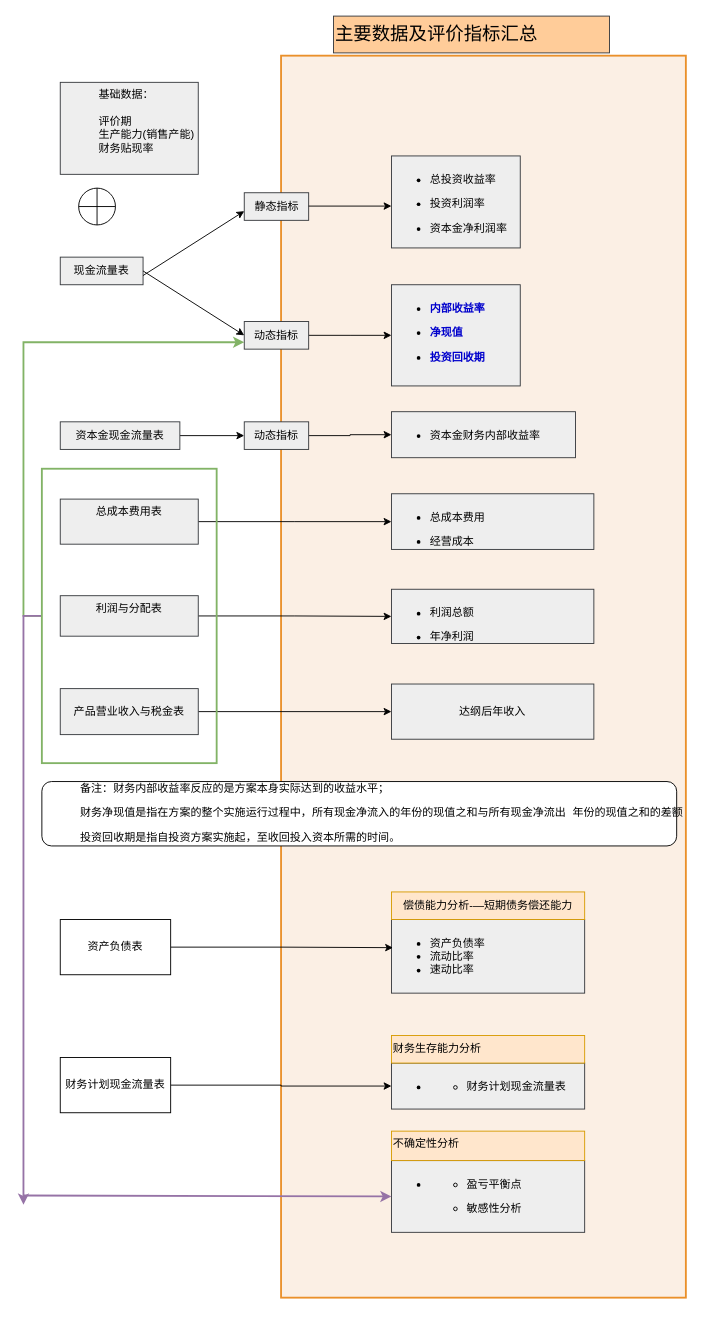
Before: page "Page-1" (1 of 4) of Untitled Diagram.drawio in Yatttin/attention-nmt, a draw.io diagram. Source tidied: cells renumbered, new cells numbered last; positions are measured from the earlier drawing's top-left corner, leaving out a move shared by most shapes. Both pictures are drawn from the tidied source at 92%, with x=0, y=0 at pixel (23, 16).
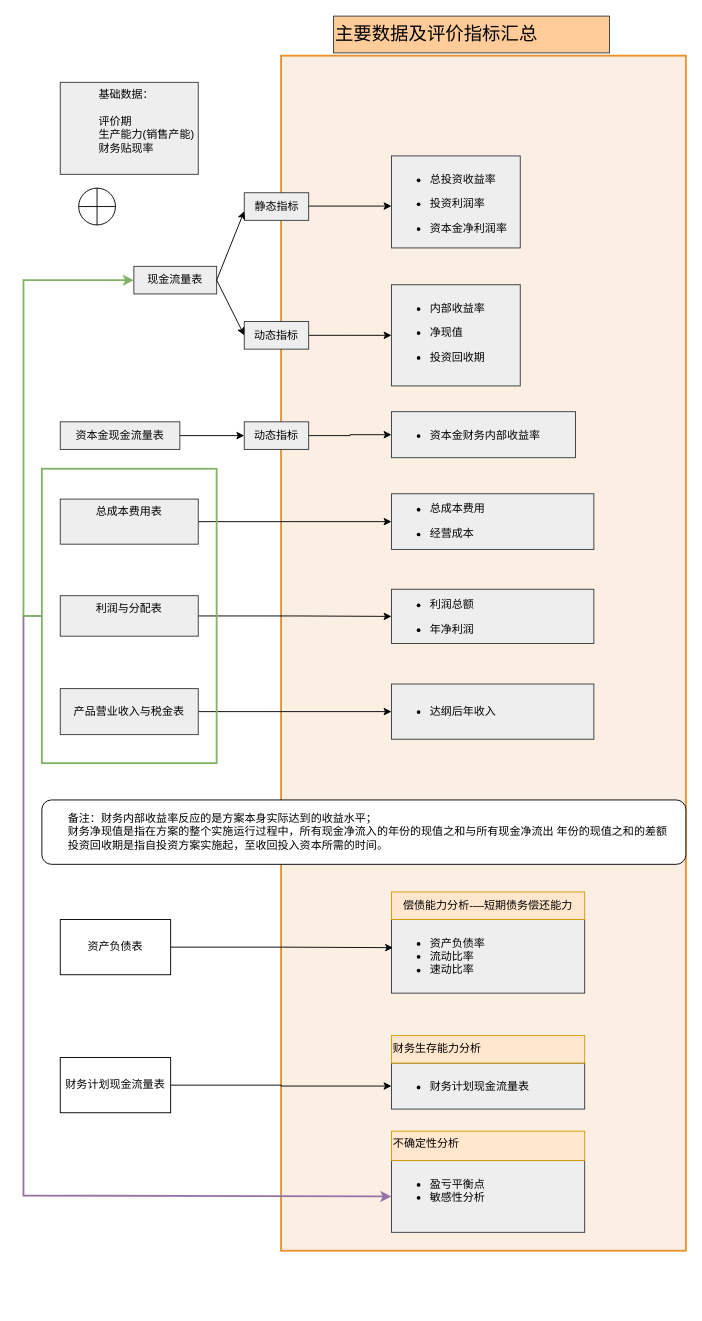
The same page after the edit.

Unchanged cells that the change refers to:
```xml
<mxCell id="8" value="静态指标" style="text;html=1;align=center;verticalAlign=middle;points=[];strokeColor=#36393d;fillColor=#eeeeee;" parent="1" vertex="1">
  <mxGeometry x="240" y="192" width="70" height="30" as="geometry" />
</mxCell>
<mxCell id="11" value="动态指标" style="whiteSpace=wrap;html=1;fillColor=#eeeeee;strokeColor=#36393d;" parent="1" vertex="1">
  <mxGeometry x="240" y="332" width="70" height="30" as="geometry" />
</mxCell>
<mxCell id="35" style="whiteSpace=wrap;html=1;fillColor=none;strokeColor=#82b366;strokeWidth=2;" parent="1" vertex="1">
  <mxGeometry x="20" y="492" width="190" height="320" as="geometry" />
</mxCell>
```

The edit, as a diff of the source:
```diff
@@
     <mxCell id="2" style="whiteSpace=wrap;html=1;fillColor=#fbefe4;strokeColor=#ea902a;strokeWidth=2;gradientColor=none;" parent="1" vertex="1">
-      <mxGeometry x="280" y="43" width="440" height="1350" as="geometry" />
+      <mxGeometry x="280" y="43" width="440" height="1299" as="geometry" />
     </mxCell>
@@
     <mxCell id="4" value="现金流量表" style="text;strokeColor=#36393d;align=center;fillColor=#eeeeee;html=1;verticalAlign=middle;whiteSpace=wrap;rounded=0;" parent="1" vertex="1">
-      <mxGeometry x="40" y="262" width="90" height="30" as="geometry" />
+      <mxGeometry x="120" y="272" width="90" height="30" as="geometry" />
     </mxCell>
@@
-    <mxCell id="9" value="&lt;ul style=&quot;border-color: var(--border-color); font-family: Helvetica; font-size: 12px; font-style: normal; font-variant-ligatures: normal; font-variant-caps: normal; letter-spacing: normal; orphans: 2; text-align: left; text-indent: 0px; text-transform: none; widows: 2; word-spacing: 0px; -webkit-text-stroke-width: 0px; text-decoration-thickness: initial; text-decoration-style: initial; text-decoration-color: initial;&quot;&gt;&lt;li style=&quot;border-color: var(--border-color);&quot;&gt;&lt;p style=&quot;border-color: var(--border-color);&quot;&gt;&lt;font color=&quot;#0000cc&quot;&gt;&lt;b&gt;内部收益率&lt;/b&gt;&lt;/font&gt;&lt;/p&gt;&lt;/li&gt;&lt;li style=&quot;border-color: var(--border-color);&quot;&gt;&lt;p style=&quot;border-color: var(--border-color);&quot;&gt;&lt;font color=&quot;#0000cc&quot;&gt;&lt;b&gt;净现值&lt;/b&gt;&lt;/font&gt;&lt;/p&gt;&lt;/li&gt;&lt;li style=&quot;border-color: var(--border-color);&quot;&gt;&lt;p style=&quot;border-color: var(--border-color);&quot;&gt;&lt;font color=&quot;#0000cc&quot;&gt;&lt;b&gt;投资回收期&lt;/b&gt;&lt;/font&gt;&lt;/p&gt;&lt;/li&gt;&lt;/ul&gt;" style="text;whiteSpace=wrap;html=1;fillColor=#eeeeee;strokeColor=#36393d;" parent="1" vertex="1">
+    <mxCell id="9" value="&lt;ul style=&quot;border-color: var(--border-color); font-family: Helvetica; font-size: 12px; font-style: normal; font-variant-ligatures: normal; font-variant-caps: normal; letter-spacing: normal; orphans: 2; text-align: left; text-indent: 0px; text-transform: none; widows: 2; word-spacing: 0px; -webkit-text-stroke-width: 0px; text-decoration-thickness: initial; text-decoration-style: initial; text-decoration-color: initial;&quot;&gt;&lt;li style=&quot;border-color: var(--border-color);&quot;&gt;&lt;p style=&quot;border-color: var(--border-color);&quot;&gt;内部收益率&lt;/p&gt;&lt;/li&gt;&lt;li style=&quot;border-color: var(--border-color);&quot;&gt;&lt;p style=&quot;border-color: var(--border-color);&quot;&gt;净现值&lt;/p&gt;&lt;/li&gt;&lt;li style=&quot;border-color: var(--border-color);&quot;&gt;&lt;p style=&quot;border-color: var(--border-color);&quot;&gt;投资回收期&lt;/p&gt;&lt;/li&gt;&lt;/ul&gt;" style="text;whiteSpace=wrap;html=1;fillColor=#eeeeee;strokeColor=#36393d;" parent="1" vertex="1">
       <mxGeometry x="400" y="292" width="140" height="110" as="geometry" />
     </mxCell>
@@
-    <mxCell id="13" style="endArrow=classic;html=1;rounded=0;entryX=0;entryY=0.667;entryDx=0;entryDy=0;entryPerimeter=0;" parent="1" edge="1" target="8">
-      <mxGeometry relative="1" as="geometry">
-        <mxPoint x="130" y="282" as="sourcePoint" />
-      </mxGeometry>
+    <mxCell id="13" style="endArrow=classic;html=1;rounded=0;entryX=0;entryY=0.667;entryDx=0;entryDy=0;entryPerimeter=0;exitX=1;exitY=0.5;exitDx=0;exitDy=0;" parent="1" edge="1" source="4" target="8">
+      <mxGeometry relative="1" as="geometry" />
     </mxCell>
@@
-    <mxCell id="19" value="&lt;ul&gt;&lt;li&gt;&lt;p&gt;总成本费用&lt;/p&gt;&lt;/li&gt;&lt;li&gt;&lt;p&gt;经营成本&lt;/p&gt;&lt;/li&gt;&lt;/ul&gt;" style="text;whiteSpace=wrap;html=1;fillColor=#eeeeee;strokeColor=#36393d;" parent="1" vertex="1">
+    <mxCell id="19" value="&lt;ul&gt;&lt;li&gt;&lt;p&gt;总成本费用&lt;/p&gt;&lt;/li&gt;&lt;li&gt;&lt;p&gt;经营成本&lt;/p&gt;&lt;/li&gt;&lt;/ul&gt;" style="text;whiteSpace=wrap;html=1;fillColor=#eeeeee;strokeColor=#36393d;verticalAlign=middle;" parent="1" vertex="1">
       <mxGeometry x="400" y="519.2" width="220" height="60.5" as="geometry" />
     </mxCell>
@@
-    <mxCell id="22" value="&lt;ul&gt;&lt;li&gt;&lt;p&gt;利润总额&lt;/p&gt;&lt;/li&gt;&lt;li&gt;&lt;p&gt;年净利润&lt;/p&gt;&lt;/li&gt;&lt;/ul&gt;" style="text;whiteSpace=wrap;html=1;fillColor=#eeeeee;strokeColor=#36393d;" parent="1" vertex="1">
+    <mxCell id="22" value="&lt;ul&gt;&lt;li&gt;&lt;p&gt;利润总额&lt;/p&gt;&lt;/li&gt;&lt;li&gt;&lt;p&gt;年净利润&lt;/p&gt;&lt;/li&gt;&lt;/ul&gt;" style="text;whiteSpace=wrap;html=1;fillColor=#eeeeee;strokeColor=#36393d;verticalAlign=middle;" parent="1" vertex="1">
       <mxGeometry x="400" y="623" width="220" height="59" as="geometry" />
     </mxCell>
@@
-    <mxCell id="25" value="达纲后年收入" style="whiteSpace=wrap;html=1;fillColor=#eeeeee;strokeColor=#36393d;" parent="1" vertex="1">
+    <mxCell id="25" value="&lt;ul&gt;&lt;li&gt;达纲后年收入&lt;/li&gt;&lt;/ul&gt;" style="whiteSpace=wrap;html=1;fillColor=#eeeeee;strokeColor=#36393d;align=left;verticalAlign=middle;" parent="1" vertex="1">
       <mxGeometry x="400" y="726" width="220" height="60" as="geometry" />
     </mxCell>
@@
-    <mxCell id="27" value="&lt;ul&gt;&lt;li&gt;&lt;ul&gt;&lt;li&gt;&lt;p&gt;财务计划现金流量表&lt;/p&gt;&lt;/li&gt;&lt;/ul&gt;&lt;/li&gt;&lt;/ul&gt;" style="text;whiteSpace=wrap;html=1;fillColor=#eeeeee;strokeColor=#36393d;" parent="1" vertex="1">
+    <mxCell id="27" value="&lt;ul&gt;&lt;li&gt;&lt;span style=&quot;background-color: initial;&quot;&gt;财务计划现金流量表&lt;/span&gt;&lt;br&gt;&lt;/li&gt;&lt;/ul&gt;" style="text;whiteSpace=wrap;html=1;fillColor=#eeeeee;strokeColor=#36393d;" parent="1" vertex="1">
       <mxGeometry x="400" y="1138" width="210" height="50" as="geometry" />
     </mxCell>
-    <mxCell id="28" value="&lt;div&gt;&lt;ul&gt;&lt;li&gt;&lt;ul&gt;&lt;li&gt;&lt;p&gt;盈亏平衡点&lt;/p&gt;&lt;/li&gt;&lt;li&gt;&lt;p&gt;敏感性分析&lt;/p&gt;&lt;/li&gt;&lt;/ul&gt;&lt;/li&gt;&lt;/ul&gt;&lt;/div&gt;" style="text;whiteSpace=wrap;html=1;fillColor=#eeeeee;strokeColor=#36393d;align=left;" parent="1" vertex="1">
+    <mxCell id="28" value="&lt;ul&gt;&lt;li&gt;&lt;span style=&quot;background-color: initial;&quot;&gt;盈亏平衡点&lt;/span&gt;&lt;br&gt;&lt;/li&gt;&lt;li&gt;&lt;span style=&quot;background-color: initial;&quot;&gt;敏感性分析&lt;/span&gt;&lt;br&gt;&lt;/li&gt;&lt;/ul&gt;" style="text;whiteSpace=wrap;html=1;fillColor=#eeeeee;strokeColor=#36393d;align=left;" parent="1" vertex="1">
       <mxGeometry x="400" y="1244" width="210" height="78" as="geometry" />
     </mxCell>
@@
-    <mxCell id="33" style="edgeStyle=orthogonalEdgeStyle;rounded=0;jettySize=auto;html=1;exitX=0;exitY=0.5;exitDx=0;exitDy=0;entryX=0;entryY=0.75;entryDx=0;entryDy=0;strokeColor=#82B366;strokeWidth=2;" parent="1" edge="1" source="35" target="11">
-      <mxGeometry relative="1" as="geometry" />
-    </mxCell>
-    <mxCell id="34" style="edgeStyle=orthogonalEdgeStyle;rounded=0;jettySize=auto;html=1;strokeColor=#9673a6;fillColor=#e1d5e7;strokeWidth=2;" parent="1" edge="1" source="35">
-      <mxGeometry relative="1" as="geometry">
-        <mxPoint y="1292" as="targetPoint" />
-      </mxGeometry>
-    </mxCell>
@@
-    <mxCell id="36" value="&lt;blockquote style=&quot;margin: 0 0 0 40px; border: none; padding: 0px;&quot;&gt;&lt;/blockquote&gt;&lt;blockquote style=&quot;margin: 0 0 0 40px; border: none; padding: 0px;&quot;&gt;&lt;span style=&quot;background-color: initial;&quot;&gt;&lt;pre style=&quot;&quot;&gt;&lt;span style=&quot;background-color: initial;&quot;&gt;备注：财务内部收益率反应的是方案本身实际达到的收益水平；&lt;/span&gt;&lt;/pre&gt;&lt;/span&gt;&lt;span style=&quot;background-color: initial;&quot;&gt;&lt;pre style=&quot;&quot;&gt;&lt;span style=&quot;background-color: initial;&quot;&gt;财务净现值是指在方案的整个实施运行过程中，所有现金净流入的年份的现值之和与所有现金净流出 年份的现值之和的差额&lt;/span&gt;&lt;/pre&gt;&lt;pre style=&quot;&quot;&gt;&lt;span style=&quot;background-color: initial;&quot;&gt;投资回收期是指自投资方案实施起，至收回投入资本所需的时间。&lt;/span&gt;&lt;/pre&gt;&lt;/span&gt;&lt;/blockquote&gt;" style="rounded=1;whiteSpace=wrap;html=1;align=left;" parent="1" vertex="1">
-      <mxGeometry x="20" y="832" width="690" height="70" as="geometry" />
+    <mxCell id="36" value="&lt;blockquote style=&quot;margin: 0 0 0 40px; border: none; padding: 0px;&quot;&gt;&lt;/blockquote&gt;&lt;span style=&quot;background-color: initial;&quot;&gt;&lt;span style=&quot;white-space: pre;&quot;&gt;&#9;&lt;/span&gt;备注：财务内部收益率反应的是方案本身实际达到的收益水平；&lt;/span&gt;&lt;br&gt;&lt;span style=&quot;background-color: initial;&quot;&gt;&lt;span style=&quot;white-space: pre;&quot;&gt;&#9;&lt;/span&gt;财务净现值是指在方案的整个实施运行过程中，所有现金净流入的年份的现值之和与所有现金净流出 年份的现值之和的差额&lt;br&gt;&lt;/span&gt;&lt;span style=&quot;background-color: initial;&quot;&gt;&lt;span style=&quot;white-space: pre;&quot;&gt;&#9;&lt;/span&gt;投资回收期是指自投资方案实施起，至收回投入资本所需的时间。&lt;/span&gt;&lt;span style=&quot;background-color: initial;&quot;&gt;&lt;br&gt;&lt;/span&gt;" style="rounded=1;whiteSpace=wrap;html=1;align=left;verticalAlign=middle;" parent="1" vertex="1">
+      <mxGeometry x="20" y="852" width="700" height="70" as="geometry" />
     </mxCell>
@@
-    <mxCell id="44" style="endArrow=classic;html=1;rounded=0;entryX=0;entryY=0.5;entryDx=0;entryDy=0;fillColor=#e1d5e7;strokeColor=#9673a6;strokeWidth=2;" parent="1" edge="1" target="28">
+    <mxCell id="44" style="endArrow=classic;html=1;rounded=0;entryX=0;entryY=0.5;entryDx=0;entryDy=0;fillColor=#e1d5e7;strokeColor=#9673a6;strokeWidth=2;exitX=0;exitY=0.5;exitDx=0;exitDy=0;" parent="1" edge="1" source="35" target="28">
       <mxGeometry relative="1" as="geometry">
-        <mxPoint y="1282" as="sourcePoint" />
+        <Array as="points">
+          <mxPoint y="652" />
+          <mxPoint y="1282" />
+        </Array>
       </mxGeometry>
     </mxCell>
+    <mxCell id="45" style="endArrow=classic;html=1;rounded=0;exitX=0;exitY=0.5;exitDx=0;exitDy=0;entryX=0;entryY=0.5;entryDx=0;entryDy=0;strokeColor=#82B366;strokeWidth=2;" parent="1" edge="1" source="35" target="4">
+      <mxGeometry relative="1" as="geometry">
+        <Array as="points">
+          <mxPoint y="652" />
+          <mxPoint y="287" />
+        </Array>
+      </mxGeometry>
+    </mxCell>
```
